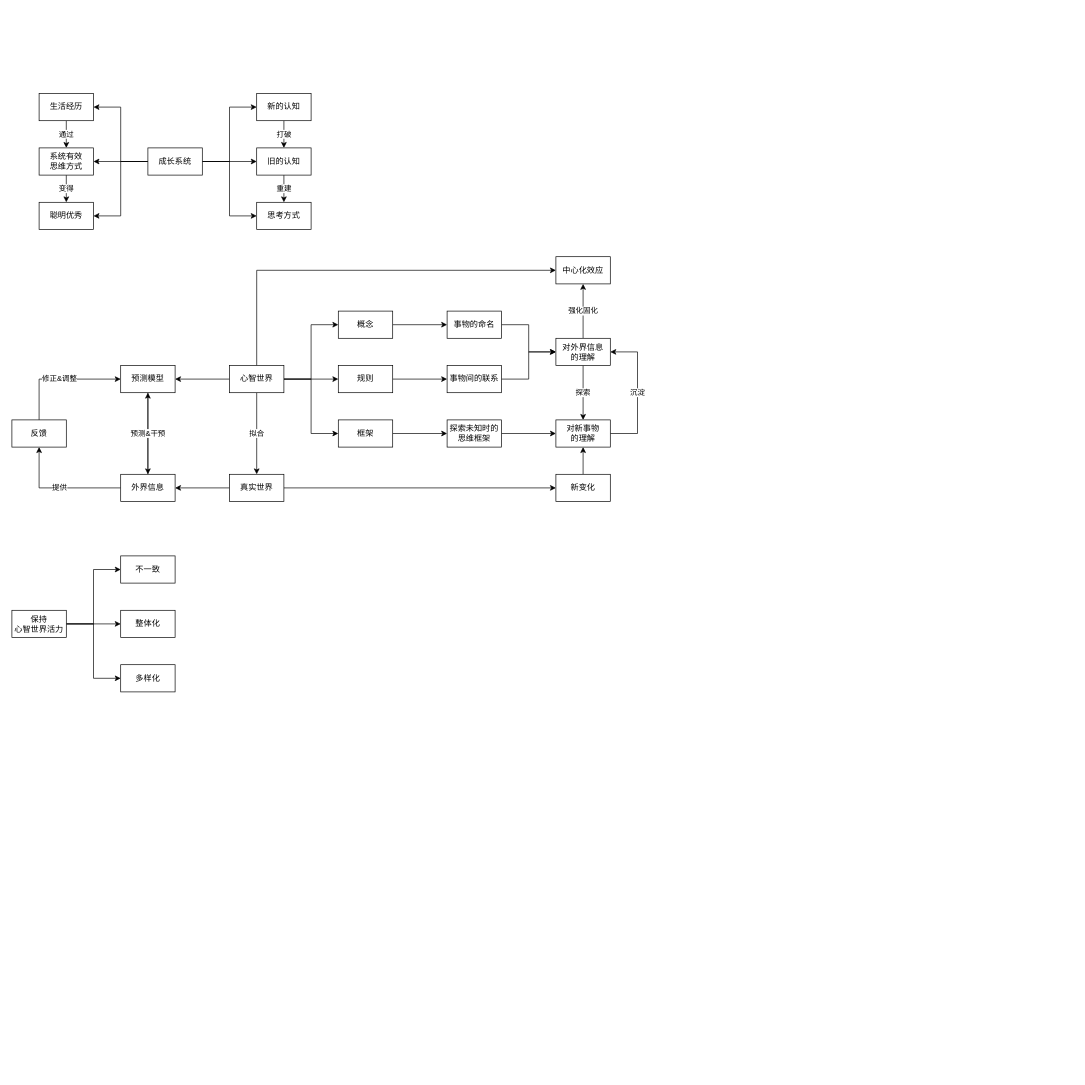
This is 深度思考.drawio from youyusan/open_mind, a draw.io file, before an edit. Source tidied: cells renumbered, new cells numbered last; positions are measured from the earlier drawing's top-left corner, leaving out a move shared by most shapes. Both pictures are drawn from the tidied source at 68%, with x=0, y=0 at pixel (12, 93).
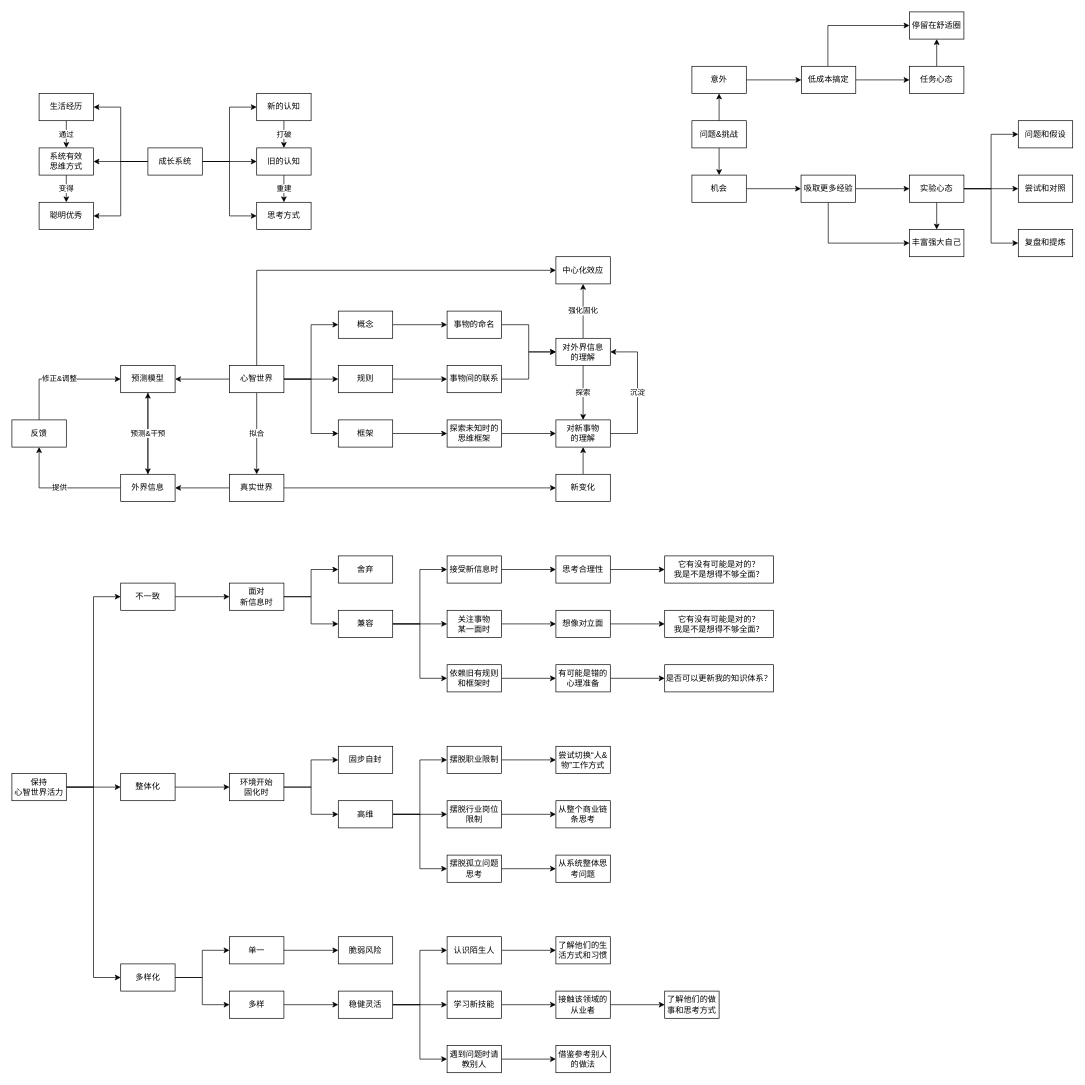
Above is the later version.

Commit message:
更新深度思考.drawio

Change to the diagram source:
```diff
@@
     <mxCell id="59" value="保持&lt;br&gt;心智世界活力" style="rounded=0;whiteSpace=wrap;html=1;" parent="1" vertex="1">
-      <mxGeometry y="760" width="80" height="40" as="geometry" />
+      <mxGeometry y="1000" width="80" height="40" as="geometry" />
     </mxCell>
+    <mxCell id="63" style="edgeStyle=orthogonalEdgeStyle;rounded=0;jettySize=auto;html=1;" parent="1" edge="1" source="60" target="69">
+      <mxGeometry relative="1" as="geometry" />
+    </mxCell>
     <mxCell id="60" value="不一致" style="rounded=0;whiteSpace=wrap;html=1;" parent="1" vertex="1">
-      <mxGeometry x="160" y="680" width="80" height="40" as="geometry" />
+      <mxGeometry x="160" y="720" width="80" height="40" as="geometry" />
     </mxCell>
+    <mxCell id="64" style="edgeStyle=orthogonalEdgeStyle;rounded=0;jettySize=auto;html=1;entryX=0;entryY=0.5;entryDx=0;entryDy=0;" parent="1" edge="1" source="61" target="92">
+      <mxGeometry relative="1" as="geometry" />
+    </mxCell>
     <mxCell id="61" value="整体化" style="rounded=0;whiteSpace=wrap;html=1;" parent="1" vertex="1">
-      <mxGeometry x="160" y="760" width="80" height="40" as="geometry" />
+      <mxGeometry x="160" y="1000" width="80" height="40" as="geometry" />
     </mxCell>
+    <mxCell id="65" style="edgeStyle=orthogonalEdgeStyle;rounded=0;jettySize=auto;html=1;entryX=0;entryY=0.5;entryDx=0;entryDy=0;" parent="1" edge="1" source="62" target="108">
+      <mxGeometry relative="1" as="geometry" />
+    </mxCell>
+    <mxCell id="66" style="edgeStyle=orthogonalEdgeStyle;rounded=0;jettySize=auto;html=1;" parent="1" edge="1" source="62" target="115">
+      <mxGeometry relative="1" as="geometry" />
+    </mxCell>
     <mxCell id="62" value="多样化" style="rounded=0;whiteSpace=wrap;html=1;" parent="1" vertex="1">
-      <mxGeometry x="160" y="840" width="80" height="40" as="geometry" />
+      <mxGeometry x="160" y="1280" width="80" height="40" as="geometry" />
     </mxCell>
+    <mxCell id="67" style="edgeStyle=orthogonalEdgeStyle;rounded=0;jettySize=auto;html=1;" parent="1" edge="1" source="69" target="74">
+      <mxGeometry relative="1" as="geometry" />
+    </mxCell>
+    <mxCell id="68" style="edgeStyle=orthogonalEdgeStyle;rounded=0;jettySize=auto;html=1;" parent="1" edge="1" source="69" target="73">
+      <mxGeometry relative="1" as="geometry" />
+    </mxCell>
+    <mxCell id="69" value="面对&lt;br&gt;新信息时" style="rounded=0;whiteSpace=wrap;html=1;" parent="1" vertex="1">
+      <mxGeometry x="320" y="720" width="80" height="40" as="geometry" />
+    </mxCell>
+    <mxCell id="70" style="edgeStyle=orthogonalEdgeStyle;rounded=0;jettySize=auto;html=1;entryX=0;entryY=0.5;entryDx=0;entryDy=0;" parent="1" edge="1" source="73" target="84">
+      <mxGeometry relative="1" as="geometry" />
+    </mxCell>
+    <mxCell id="71" style="edgeStyle=orthogonalEdgeStyle;rounded=0;jettySize=auto;html=1;" parent="1" edge="1" source="73" target="86">
+      <mxGeometry relative="1" as="geometry" />
+    </mxCell>
+    <mxCell id="72" style="edgeStyle=orthogonalEdgeStyle;rounded=0;jettySize=auto;html=1;entryX=0;entryY=0.5;entryDx=0;entryDy=0;" parent="1" edge="1" source="73" target="77">
+      <mxGeometry relative="1" as="geometry" />
+    </mxCell>
+    <mxCell id="73" value="兼容" style="rounded=0;whiteSpace=wrap;html=1;" parent="1" vertex="1">
+      <mxGeometry x="480" y="760" width="80" height="40" as="geometry" />
+    </mxCell>
+    <mxCell id="74" value="舍弃" style="rounded=0;whiteSpace=wrap;html=1;" parent="1" vertex="1">
+      <mxGeometry x="480" y="680" width="80" height="40" as="geometry" />
+    </mxCell>
+    <mxCell id="75" value="它有没有可能是对的？&lt;br&gt;我是不是想得不够全面？" style="rounded=0;whiteSpace=wrap;html=1;" parent="1" vertex="1">
+      <mxGeometry x="960" y="680" width="160" height="40" as="geometry" />
+    </mxCell>
+    <mxCell id="76" style="edgeStyle=orthogonalEdgeStyle;rounded=0;jettySize=auto;html=1;" parent="1" edge="1" source="77" target="88">
+      <mxGeometry relative="1" as="geometry" />
+    </mxCell>
+    <mxCell id="77" value="依赖旧有规则和框架时" style="rounded=0;whiteSpace=wrap;html=1;" parent="1" vertex="1">
+      <mxGeometry x="640" y="840" width="80" height="40" as="geometry" />
+    </mxCell>
+    <mxCell id="78" style="edgeStyle=orthogonalEdgeStyle;rounded=0;jettySize=auto;html=1;" parent="1" edge="1" source="79" target="75">
+      <mxGeometry relative="1" as="geometry" />
+    </mxCell>
+    <mxCell id="79" value="思考合理性" style="rounded=0;whiteSpace=wrap;html=1;" parent="1" vertex="1">
+      <mxGeometry x="800" y="680" width="80" height="40" as="geometry" />
+    </mxCell>
+    <mxCell id="80" style="edgeStyle=orthogonalEdgeStyle;rounded=0;jettySize=auto;html=1;" parent="1" edge="1" source="81" target="82">
+      <mxGeometry relative="1" as="geometry" />
+    </mxCell>
+    <mxCell id="81" value="想像对立面" style="rounded=0;whiteSpace=wrap;html=1;" parent="1" vertex="1">
+      <mxGeometry x="800" y="760" width="80" height="40" as="geometry" />
+    </mxCell>
+    <mxCell id="82" value="它有没有可能是对的？&lt;br&gt;我是不是想得不够全面？" style="rounded=0;whiteSpace=wrap;html=1;" parent="1" vertex="1">
+      <mxGeometry x="960" y="760" width="160" height="40" as="geometry" />
+    </mxCell>
+    <mxCell id="83" style="edgeStyle=orthogonalEdgeStyle;rounded=0;jettySize=auto;html=1;" parent="1" edge="1" source="84" target="79">
+      <mxGeometry relative="1" as="geometry" />
+    </mxCell>
+    <mxCell id="84" value="接受新信息时" style="rounded=0;whiteSpace=wrap;html=1;" parent="1" vertex="1">
+      <mxGeometry x="640" y="680" width="80" height="40" as="geometry" />
+    </mxCell>
+    <mxCell id="85" style="edgeStyle=orthogonalEdgeStyle;rounded=0;jettySize=auto;html=1;" parent="1" edge="1" source="86" target="81">
+      <mxGeometry relative="1" as="geometry" />
+    </mxCell>
+    <mxCell id="86" value="关注事物&lt;br&gt;某一面时" style="rounded=0;whiteSpace=wrap;html=1;" parent="1" vertex="1">
+      <mxGeometry x="640" y="760" width="80" height="40" as="geometry" />
+    </mxCell>
+    <mxCell id="87" style="edgeStyle=orthogonalEdgeStyle;rounded=0;jettySize=auto;html=1;" parent="1" edge="1" source="88" target="89">
+      <mxGeometry relative="1" as="geometry" />
+    </mxCell>
+    <mxCell id="88" value="有可能是错的心理准备" style="rounded=0;whiteSpace=wrap;html=1;" parent="1" vertex="1">
+      <mxGeometry x="800" y="840" width="80" height="40" as="geometry" />
+    </mxCell>
+    <mxCell id="89" value="是否可以更新我的知识体系？" style="rounded=0;whiteSpace=wrap;html=1;" parent="1" vertex="1">
+      <mxGeometry x="960" y="840" width="160" height="40" as="geometry" />
+    </mxCell>
+    <mxCell id="90" style="edgeStyle=orthogonalEdgeStyle;rounded=0;jettySize=auto;html=1;entryX=0;entryY=0.5;entryDx=0;entryDy=0;" parent="1" edge="1" source="92" target="93">
+      <mxGeometry relative="1" as="geometry" />
+    </mxCell>
+    <mxCell id="91" style="edgeStyle=orthogonalEdgeStyle;rounded=0;jettySize=auto;html=1;entryX=0;entryY=0.5;entryDx=0;entryDy=0;" parent="1" edge="1" source="92" target="97">
+      <mxGeometry relative="1" as="geometry" />
+    </mxCell>
+    <mxCell id="92" value="环境开始&lt;br&gt;固化时" style="rounded=0;whiteSpace=wrap;html=1;" parent="1" vertex="1">
+      <mxGeometry x="320" y="1000" width="80" height="40" as="geometry" />
+    </mxCell>
+    <mxCell id="93" value="固步自封" style="rounded=0;whiteSpace=wrap;html=1;" parent="1" vertex="1">
+      <mxGeometry x="480" y="960" width="80" height="40" as="geometry" />
+    </mxCell>
+    <mxCell id="94" style="edgeStyle=orthogonalEdgeStyle;rounded=0;jettySize=auto;html=1;entryX=0;entryY=0.5;entryDx=0;entryDy=0;" parent="1" edge="1" source="97" target="99">
+      <mxGeometry relative="1" as="geometry" />
+    </mxCell>
+    <mxCell id="95" style="edgeStyle=orthogonalEdgeStyle;rounded=0;jettySize=auto;html=1;" parent="1" edge="1" source="97" target="101">
+      <mxGeometry relative="1" as="geometry" />
+    </mxCell>
+    <mxCell id="96" style="edgeStyle=orthogonalEdgeStyle;rounded=0;jettySize=auto;html=1;entryX=0;entryY=0.5;entryDx=0;entryDy=0;" parent="1" edge="1" source="97" target="103">
+      <mxGeometry relative="1" as="geometry" />
+    </mxCell>
+    <mxCell id="97" value="高维" style="rounded=0;whiteSpace=wrap;html=1;" parent="1" vertex="1">
+      <mxGeometry x="480" y="1040" width="80" height="40" as="geometry" />
+    </mxCell>
+    <mxCell id="98" style="edgeStyle=orthogonalEdgeStyle;rounded=0;jettySize=auto;html=1;" parent="1" edge="1" source="99" target="104">
+      <mxGeometry relative="1" as="geometry" />
+    </mxCell>
+    <mxCell id="99" value="摆脱职业限制" style="rounded=0;whiteSpace=wrap;html=1;" parent="1" vertex="1">
+      <mxGeometry x="640" y="960" width="80" height="40" as="geometry" />
+    </mxCell>
+    <mxCell id="100" style="edgeStyle=orthogonalEdgeStyle;rounded=0;jettySize=auto;html=1;" parent="1" edge="1" source="101" target="105">
+      <mxGeometry relative="1" as="geometry" />
+    </mxCell>
+    <mxCell id="101" value="摆脱行业岗位限制" style="rounded=0;whiteSpace=wrap;html=1;" parent="1" vertex="1">
+      <mxGeometry x="640" y="1040" width="80" height="40" as="geometry" />
+    </mxCell>
+    <mxCell id="102" style="edgeStyle=orthogonalEdgeStyle;rounded=0;jettySize=auto;html=1;" parent="1" edge="1" source="103" target="106">
+      <mxGeometry relative="1" as="geometry" />
+    </mxCell>
+    <mxCell id="103" value="摆脱孤立问题思考" style="rounded=0;whiteSpace=wrap;html=1;" parent="1" vertex="1">
+      <mxGeometry x="640" y="1120" width="80" height="40" as="geometry" />
+    </mxCell>
+    <mxCell id="104" value="尝试切换“人&amp;amp;物”工作方式" style="rounded=0;whiteSpace=wrap;html=1;" parent="1" vertex="1">
+      <mxGeometry x="800" y="960" width="80" height="40" as="geometry" />
+    </mxCell>
+    <mxCell id="105" value="从整个商业链条思考" style="rounded=0;whiteSpace=wrap;html=1;" parent="1" vertex="1">
+      <mxGeometry x="800" y="1040" width="80" height="40" as="geometry" />
+    </mxCell>
+    <mxCell id="106" value="从系统整体思考问题" style="rounded=0;whiteSpace=wrap;html=1;" parent="1" vertex="1">
+      <mxGeometry x="800" y="1120" width="80" height="40" as="geometry" />
+    </mxCell>
+    <mxCell id="107" style="edgeStyle=orthogonalEdgeStyle;rounded=0;jettySize=auto;html=1;entryX=0;entryY=0.5;entryDx=0;entryDy=0;" parent="1" edge="1" source="108" target="109">
+      <mxGeometry relative="1" as="geometry" />
+    </mxCell>
+    <mxCell id="108" value="单一" style="rounded=0;whiteSpace=wrap;html=1;" parent="1" vertex="1">
+      <mxGeometry x="320" y="1240" width="80" height="40" as="geometry" />
+    </mxCell>
+    <mxCell id="109" value="脆弱风险" style="rounded=0;whiteSpace=wrap;html=1;" parent="1" vertex="1">
+      <mxGeometry x="480" y="1240" width="80" height="40" as="geometry" />
+    </mxCell>
+    <mxCell id="110" style="edgeStyle=orthogonalEdgeStyle;rounded=0;jettySize=auto;html=1;entryX=0;entryY=0.5;entryDx=0;entryDy=0;" parent="1" edge="1" source="113" target="117">
+      <mxGeometry relative="1" as="geometry" />
+    </mxCell>
+    <mxCell id="111" style="edgeStyle=orthogonalEdgeStyle;rounded=0;jettySize=auto;html=1;entryX=0;entryY=0.5;entryDx=0;entryDy=0;" parent="1" edge="1" source="113" target="119">
+      <mxGeometry relative="1" as="geometry" />
+    </mxCell>
+    <mxCell id="112" style="edgeStyle=orthogonalEdgeStyle;rounded=0;jettySize=auto;html=1;entryX=0;entryY=0.5;entryDx=0;entryDy=0;" parent="1" edge="1" source="113" target="121">
+      <mxGeometry relative="1" as="geometry" />
+    </mxCell>
+    <mxCell id="113" value="稳健灵活" style="rounded=0;whiteSpace=wrap;html=1;" parent="1" vertex="1">
+      <mxGeometry x="480" y="1320" width="80" height="40" as="geometry" />
+    </mxCell>
+    <mxCell id="114" style="edgeStyle=orthogonalEdgeStyle;rounded=0;jettySize=auto;html=1;" parent="1" edge="1" source="115" target="113">
+      <mxGeometry relative="1" as="geometry" />
+    </mxCell>
+    <mxCell id="115" value="多样" style="rounded=0;whiteSpace=wrap;html=1;" parent="1" vertex="1">
+      <mxGeometry x="320" y="1320" width="80" height="40" as="geometry" />
+    </mxCell>
+    <mxCell id="116" style="edgeStyle=orthogonalEdgeStyle;rounded=0;jettySize=auto;html=1;entryX=0;entryY=0.5;entryDx=0;entryDy=0;" parent="1" edge="1" source="117" target="122">
+      <mxGeometry relative="1" as="geometry" />
+    </mxCell>
+    <mxCell id="117" value="认识陌生人" style="rounded=0;whiteSpace=wrap;html=1;" parent="1" vertex="1">
+      <mxGeometry x="640" y="1240" width="80" height="40" as="geometry" />
+    </mxCell>
+    <mxCell id="118" style="edgeStyle=orthogonalEdgeStyle;rounded=0;jettySize=auto;html=1;" parent="1" edge="1" source="119" target="124">
+      <mxGeometry relative="1" as="geometry" />
+    </mxCell>
+    <mxCell id="119" value="学习新技能" style="rounded=0;whiteSpace=wrap;html=1;" parent="1" vertex="1">
+      <mxGeometry x="640" y="1320" width="80" height="40" as="geometry" />
+    </mxCell>
+    <mxCell id="120" style="edgeStyle=orthogonalEdgeStyle;rounded=0;jettySize=auto;html=1;entryX=0;entryY=0.5;entryDx=0;entryDy=0;" parent="1" edge="1" source="121" target="126">
+      <mxGeometry relative="1" as="geometry" />
+    </mxCell>
+    <mxCell id="121" value="遇到问题时请教别人" style="rounded=0;whiteSpace=wrap;html=1;" parent="1" vertex="1">
+      <mxGeometry x="640" y="1400" width="80" height="40" as="geometry" />
+    </mxCell>
+    <mxCell id="122" value="了解他们的生活方式和习惯" style="rounded=0;whiteSpace=wrap;html=1;" parent="1" vertex="1">
+      <mxGeometry x="800" y="1240" width="80" height="40" as="geometry" />
+    </mxCell>
+    <mxCell id="123" style="edgeStyle=orthogonalEdgeStyle;rounded=0;jettySize=auto;html=1;entryX=0;entryY=0.5;entryDx=0;entryDy=0;" parent="1" edge="1" source="124" target="125">
+      <mxGeometry relative="1" as="geometry" />
+    </mxCell>
+    <mxCell id="124" value="接触该领域的从业者" style="rounded=0;whiteSpace=wrap;html=1;" parent="1" vertex="1">
+      <mxGeometry x="800" y="1320" width="80" height="40" as="geometry" />
+    </mxCell>
+    <mxCell id="125" value="了解他们的做事和思考方式" style="rounded=0;whiteSpace=wrap;html=1;" parent="1" vertex="1">
+      <mxGeometry x="960" y="1320" width="80" height="40" as="geometry" />
+    </mxCell>
+    <mxCell id="126" value="借鉴参考别人的做法" style="rounded=0;whiteSpace=wrap;html=1;" parent="1" vertex="1">
+      <mxGeometry x="800" y="1400" width="80" height="40" as="geometry" />
+    </mxCell>
+    <mxCell id="127" style="edgeStyle=orthogonalEdgeStyle;rounded=0;jettySize=auto;html=1;" parent="1" edge="1" source="128" target="147">
+      <mxGeometry relative="1" as="geometry" />
+    </mxCell>
+    <mxCell id="128" value="任务心态" style="rounded=0;whiteSpace=wrap;html=1;" parent="1" vertex="1">
+      <mxGeometry x="1320" y="-40" width="80" height="40" as="geometry" />
+    </mxCell>
+    <mxCell id="129" style="edgeStyle=orthogonalEdgeStyle;rounded=0;jettySize=auto;html=1;" parent="1" edge="1" source="133" target="148">
+      <mxGeometry relative="1" as="geometry" />
+    </mxCell>
+    <mxCell id="130" style="edgeStyle=orthogonalEdgeStyle;rounded=0;jettySize=auto;html=1;entryX=0;entryY=0.5;entryDx=0;entryDy=0;" parent="1" edge="1" source="133" target="149">
+      <mxGeometry relative="1" as="geometry" />
+    </mxCell>
+    <mxCell id="131" style="edgeStyle=orthogonalEdgeStyle;rounded=0;jettySize=auto;html=1;" parent="1" edge="1" source="133" target="150">
+      <mxGeometry relative="1" as="geometry" />
+    </mxCell>
+    <mxCell id="132" style="edgeStyle=orthogonalEdgeStyle;rounded=0;jettySize=auto;html=1;entryX=0;entryY=0.5;entryDx=0;entryDy=0;" parent="1" edge="1" source="133" target="151">
+      <mxGeometry relative="1" as="geometry" />
+    </mxCell>
+    <mxCell id="133" value="实验心态" style="rounded=0;whiteSpace=wrap;html=1;" parent="1" vertex="1">
+      <mxGeometry x="1320" y="120" width="80" height="40" as="geometry" />
+    </mxCell>
+    <mxCell id="134" style="edgeStyle=orthogonalEdgeStyle;rounded=0;jettySize=auto;html=1;entryX=0.5;entryY=1;entryDx=0;entryDy=0;" parent="1" edge="1" source="136" target="138">
+      <mxGeometry relative="1" as="geometry" />
+    </mxCell>
+    <mxCell id="135" style="edgeStyle=orthogonalEdgeStyle;rounded=0;jettySize=auto;html=1;entryX=0.5;entryY=0;entryDx=0;entryDy=0;" parent="1" edge="1" source="136" target="143">
+      <mxGeometry relative="1" as="geometry" />
+    </mxCell>
+    <mxCell id="136" value="问题&amp;amp;挑战" style="rounded=0;whiteSpace=wrap;html=1;" parent="1" vertex="1">
+      <mxGeometry x="1000" y="40" width="80" height="40" as="geometry" />
+    </mxCell>
+    <mxCell id="137" style="edgeStyle=orthogonalEdgeStyle;rounded=0;jettySize=auto;html=1;" parent="1" edge="1" source="138" target="141">
+      <mxGeometry relative="1" as="geometry" />
+    </mxCell>
+    <mxCell id="138" value="意外" style="rounded=0;whiteSpace=wrap;html=1;" parent="1" vertex="1">
+      <mxGeometry x="1000" y="-40" width="80" height="40" as="geometry" />
+    </mxCell>
+    <mxCell id="139" style="edgeStyle=orthogonalEdgeStyle;rounded=0;jettySize=auto;html=1;" parent="1" edge="1" source="141" target="128">
+      <mxGeometry relative="1" as="geometry" />
+    </mxCell>
+    <mxCell id="140" style="edgeStyle=orthogonalEdgeStyle;rounded=0;jettySize=auto;html=1;entryX=0;entryY=0.5;entryDx=0;entryDy=0;" parent="1" edge="1" source="141" target="147">
+      <mxGeometry relative="1" as="geometry">
+        <Array as="points">
+          <mxPoint x="1200" y="-100" />
+        </Array>
+      </mxGeometry>
+    </mxCell>
+    <mxCell id="141" value="低成本搞定" style="rounded=0;whiteSpace=wrap;html=1;" parent="1" vertex="1">
+      <mxGeometry x="1161" y="-40" width="80" height="40" as="geometry" />
+    </mxCell>
+    <mxCell id="142" style="edgeStyle=orthogonalEdgeStyle;rounded=0;jettySize=auto;html=1;" parent="1" edge="1" source="143" target="146">
+      <mxGeometry relative="1" as="geometry" />
+    </mxCell>
+    <mxCell id="143" value="机会" style="rounded=0;whiteSpace=wrap;html=1;" parent="1" vertex="1">
+      <mxGeometry x="1000" y="120" width="80" height="40" as="geometry" />
+    </mxCell>
+    <mxCell id="144" style="edgeStyle=orthogonalEdgeStyle;rounded=0;jettySize=auto;html=1;" parent="1" edge="1" source="146" target="133">
+      <mxGeometry relative="1" as="geometry" />
+    </mxCell>
+    <mxCell id="145" style="edgeStyle=orthogonalEdgeStyle;rounded=0;jettySize=auto;html=1;entryX=0;entryY=0.5;entryDx=0;entryDy=0;" parent="1" edge="1" source="146" target="148">
+      <mxGeometry relative="1" as="geometry">
+        <Array as="points">
+          <mxPoint x="1201" y="220" />
+        </Array>
+      </mxGeometry>
+    </mxCell>
+    <mxCell id="146" value="吸取更多经验" style="rounded=0;whiteSpace=wrap;html=1;" parent="1" vertex="1">
+      <mxGeometry x="1160.5" y="120" width="80" height="40" as="geometry" />
+    </mxCell>
+    <mxCell id="147" value="停留在舒适圈" style="rounded=0;whiteSpace=wrap;html=1;" parent="1" vertex="1">
+      <mxGeometry x="1320" y="-120" width="80" height="40" as="geometry" />
+    </mxCell>
+    <mxCell id="148" value="丰富强大自己" style="rounded=0;whiteSpace=wrap;html=1;" parent="1" vertex="1">
+      <mxGeometry x="1320" y="200" width="80" height="40" as="geometry" />
+    </mxCell>
+    <mxCell id="149" value="问题和假设" style="rounded=0;whiteSpace=wrap;html=1;" parent="1" vertex="1">
+      <mxGeometry x="1480" y="40" width="80" height="40" as="geometry" />
+    </mxCell>
+    <mxCell id="150" value="尝试和对照" style="rounded=0;whiteSpace=wrap;html=1;" parent="1" vertex="1">
+      <mxGeometry x="1480" y="120" width="80" height="40" as="geometry" />
+    </mxCell>
+    <mxCell id="151" value="复盘和提炼" style="rounded=0;whiteSpace=wrap;html=1;" parent="1" vertex="1">
+      <mxGeometry x="1480" y="200" width="80" height="40" as="geometry" />
+    </mxCell>
```
